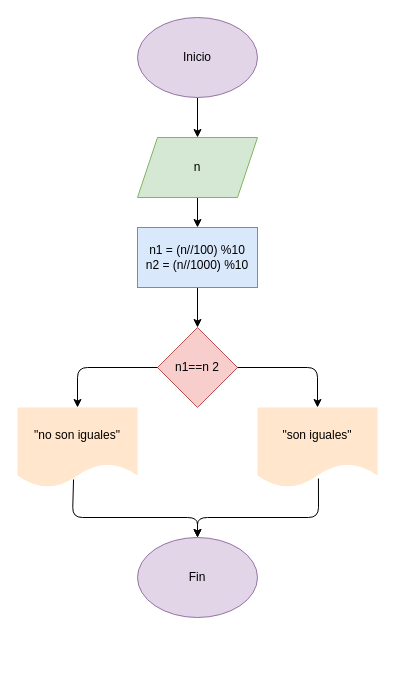
michaelmorales-web/taller_condicionales keeps this draw.io diagram as EJERCICIO_4/diagrama.drawio. Above is the earlier version. Source tidied: cells renumbered, new cells numbered last; positions are measured from the earlier drawing's top-left corner, leaving out a move shared by most shapes. Both pictures are drawn from the tidied source at 100%, with x=0, y=0 at pixel (17, 17).
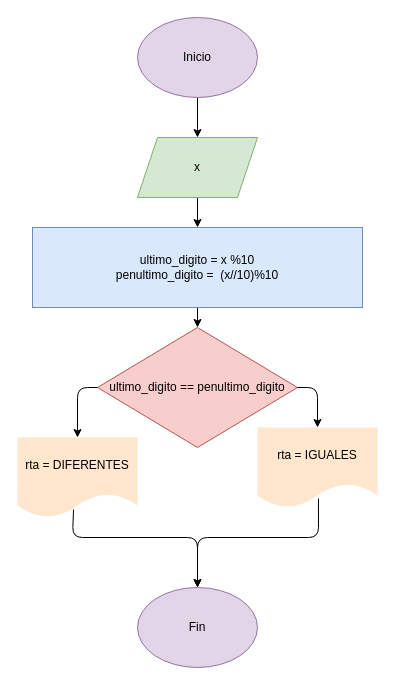
After the change.

Commit message (it also covers changes not shown here):
Se actualiza el archivo con diseño y analisis

Diff of the diagram source:
```diff
@@
-    <mxCell id="5" value="n" style="shape=parallelogram;perimeter=parallelogramPerimeter;whiteSpace=wrap;html=1;fixedSize=1;fillColor=#d5e8d4;strokeColor=#82b366;" parent="1" vertex="1">
+    <mxCell id="5" value="x" style="shape=parallelogram;perimeter=parallelogramPerimeter;whiteSpace=wrap;html=1;fixedSize=1;fillColor=#d5e8d4;strokeColor=#82b366;" parent="1" vertex="1">
       <mxGeometry x="120" y="120" width="120" height="60" as="geometry" />
     </mxCell>
@@
-    <mxCell id="7" value="n1 = (n//100) %10&lt;div&gt;n2 = (n//1000) %10&lt;/div&gt;" style="whiteSpace=wrap;html=1;fillColor=#dae8fc;strokeColor=#6c8ebf;" parent="1" vertex="1">
-      <mxGeometry x="120" y="210" width="120" height="60" as="geometry" />
+    <mxCell id="7" value="ultimo_digito = x %10&lt;div&gt;penultimo_digito =&amp;nbsp; (x//10)%10&lt;/div&gt;" style="whiteSpace=wrap;html=1;fillColor=#dae8fc;strokeColor=#6c8ebf;" parent="1" vertex="1">
+      <mxGeometry x="15" y="210" width="330" height="80" as="geometry" />
     </mxCell>
-    <mxCell id="8" value="n1==n 2" style="rhombus;whiteSpace=wrap;html=1;fillColor=#f8cecc;strokeColor=#b85450;" parent="1" vertex="1">
-      <mxGeometry x="140" y="310" width="80" height="80" as="geometry" />
+    <mxCell id="8" value="ultimo_digito == penultimo_digito" style="rhombus;whiteSpace=wrap;html=1;fillColor=#f8cecc;strokeColor=#b85450;" parent="1" vertex="1">
+      <mxGeometry x="80" y="310" width="200" height="120" as="geometry" />
     </mxCell>
-    <mxCell id="9" value="&quot;no son iguales&quot;" style="shape=document;whiteSpace=wrap;html=1;boundedLbl=1;fillColor=#ffe6cc;strokeColor=none;" parent="1" vertex="1">
-      <mxGeometry y="390" width="120" height="80" as="geometry" />
+    <mxCell id="9" value="rta = DIFERENTES" style="shape=document;whiteSpace=wrap;html=1;boundedLbl=1;fillColor=#ffe6cc;strokeColor=none;" parent="1" vertex="1">
+      <mxGeometry y="420" width="120" height="80" as="geometry" />
     </mxCell>
-    <mxCell id="10" value="&quot;son iguales&quot;" style="shape=document;whiteSpace=wrap;html=1;boundedLbl=1;fillColor=#ffe6cc;strokeColor=none;" parent="1" vertex="1">
-      <mxGeometry x="240" y="390" width="120" height="80" as="geometry" />
+    <mxCell id="10" value="rta = IGUALES" style="shape=document;whiteSpace=wrap;html=1;boundedLbl=1;fillColor=#ffe6cc;strokeColor=none;" parent="1" vertex="1">
+      <mxGeometry x="240" y="410" width="120" height="80" as="geometry" />
     </mxCell>
     <mxCell id="11" value="Fin" style="ellipse;whiteSpace=wrap;html=1;fillColor=#e1d5e7;strokeColor=#9673a6;" parent="1" vertex="1">
-      <mxGeometry x="120" y="520" width="120" height="80" as="geometry" />
+      <mxGeometry x="120" y="570" width="120" height="80" as="geometry" />
     </mxCell>
     <mxCell id="12" style="endArrow=classic;html=1;exitX=0;exitY=0.5;exitDx=0;exitDy=0;entryX=0.5;entryY=0;entryDx=0;entryDy=0;" parent="1" edge="1" source="8" target="9">
       <mxGeometry relative="1" as="geometry">
         <Array as="points">
-          <mxPoint x="60" y="350" />
+          <mxPoint x="60" y="370" />
         </Array>
       </mxGeometry>
     </mxCell>
     <mxCell id="13" style="endArrow=classic;html=1;exitX=1;exitY=0.5;exitDx=0;exitDy=0;entryX=0.5;entryY=0;entryDx=0;entryDy=0;" parent="1" edge="1" source="8" target="10">
       <mxGeometry relative="1" as="geometry">
         <Array as="points">
-          <mxPoint x="300" y="350" />
+          <mxPoint x="300" y="370" />
         </Array>
       </mxGeometry>
     </mxCell>
     <mxCell id="14" style="endArrow=classic;html=1;entryX=0.5;entryY=0;entryDx=0;entryDy=0;exitX=0.467;exitY=0.9;exitDx=0;exitDy=0;exitPerimeter=0;" parent="1" edge="1" source="9" target="11">
       <mxGeometry relative="1" as="geometry">
         <Array as="points">
-          <mxPoint x="55" y="500" />
-          <mxPoint x="180" y="500" />
+          <mxPoint x="55" y="520" />
+          <mxPoint x="180" y="520" />
         </Array>
       </mxGeometry>
     </mxCell>
     <mxCell id="15" style="endArrow=classic;html=1;exitX=0.508;exitY=0.888;exitDx=0;exitDy=0;exitPerimeter=0;entryX=0.5;entryY=0;entryDx=0;entryDy=0;" parent="1" edge="1" source="10" target="11">
       <mxGeometry relative="1" as="geometry">
         <Array as="points">
-          <mxPoint x="301" y="500" />
-          <mxPoint x="180" y="500" />
+          <mxPoint x="301" y="520" />
+          <mxPoint x="180" y="520" />
         </Array>
       </mxGeometry>
     </mxCell>
```
